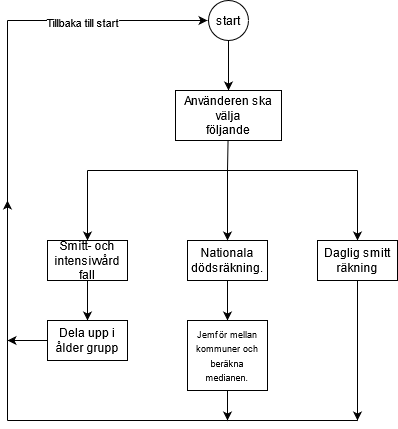
axeljornulf/axel_jornulf_te19d keeps this draw.io diagram as Dataprojekt/planering.png. Above is the earlier version. Source tidied: cells renumbered, new cells last; positions are measured from the earlier drawing's top-left corner, leaving out a move shared by most shapes.
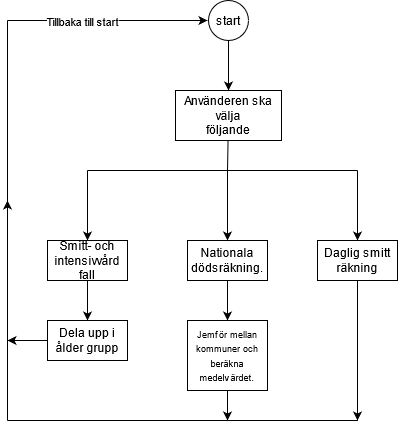
The same diagram one commit later.

What changed in the source:
```diff
@@ -47,7 +47,7 @@
     <mxCell id="11" style="endArrow=classic;html=1;exitX=0.5;exitY=1;exitDx=0;exitDy=0;entryX=0.5;entryY=0;entryDx=0;entryDy=0;" parent="1" edge="1" source="9" target="12">
       <mxGeometry relative="1" as="geometry" />
     </mxCell>
-    <mxCell id="12" value="&lt;font style=&quot;font-size: 9px&quot;&gt;Jemför mellan kommuner och beräkna medianen.&lt;br&gt;&lt;/font&gt;" style="rounded=0;whiteSpace=wrap;html=1;" parent="1" vertex="1">
+    <mxCell id="12" value="&lt;font style=&quot;font-size: 9px&quot;&gt;Jemför mellan kommuner och beräkna medelvärdet.&lt;br&gt;&lt;/font&gt;" style="rounded=0;whiteSpace=wrap;html=1;" parent="1" vertex="1">
       <mxGeometry x="180" y="320" width="80" height="70" as="geometry" />
     </mxCell>
     <mxCell id="13" style="endArrow=classic;html=1;exitX=0.5;exitY=1;exitDx=0;exitDy=0;" parent="1" edge="1" source="8">
```
